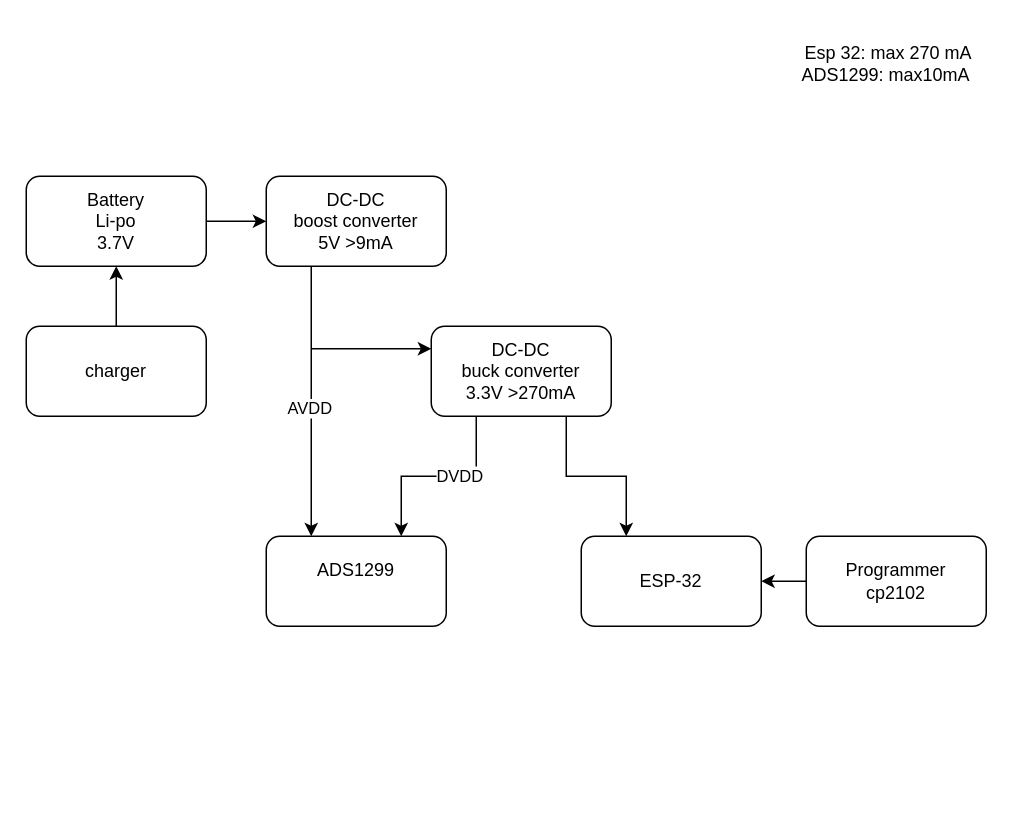
Before: Block_Diagram.drawio in Spiros7bit/BigBrain, a draw.io diagram. Source tidied: cells renumbered, new cells numbered last; positions are measured from the earlier drawing's top-left corner, leaving out a move shared by most shapes. Both pictures are drawn from the tidied source at 150%, with x=0, y=0 at pixel (26, 26).
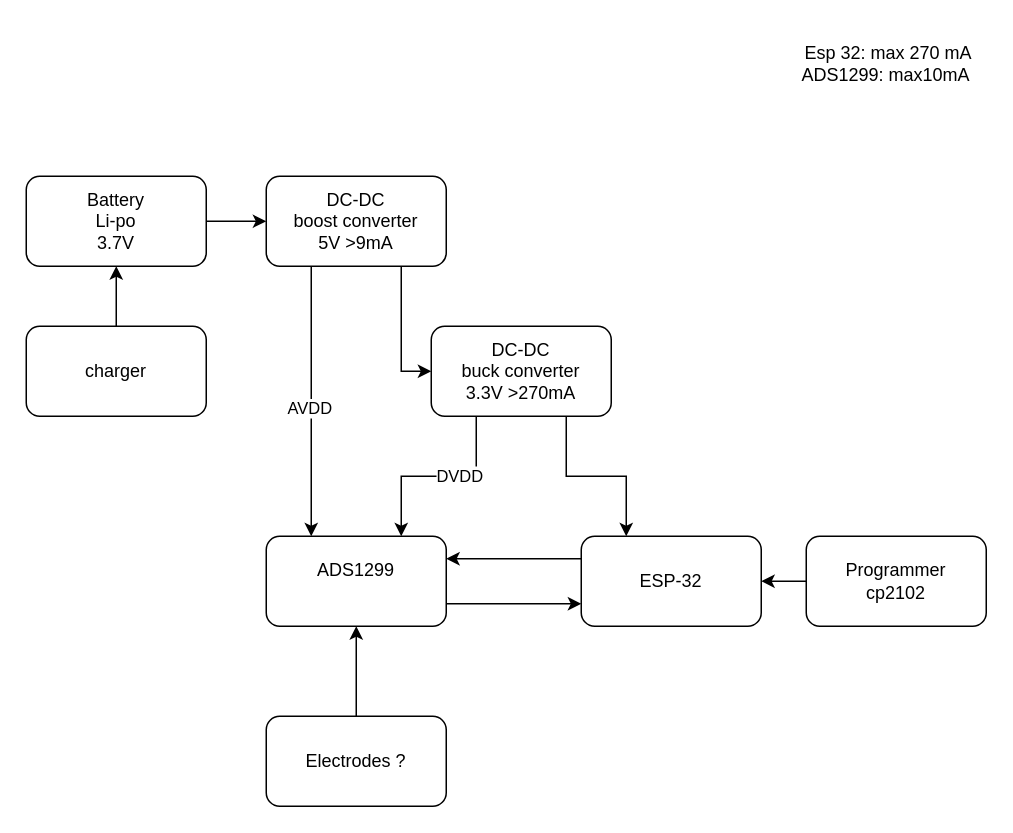
The same diagram, later.

Unchanged cells that the change refers to:
```xml
<mxCell id="6" value="DC-DC&lt;div&gt;boost converter&lt;/div&gt;&lt;div&gt;5V &amp;gt;9mA&lt;/div&gt;" style="rounded=1;whiteSpace=wrap;html=1;" parent="1" vertex="1">
  <mxGeometry x="160" y="100" width="120" height="60" as="geometry" />
</mxCell>
<mxCell id="10" value="DC-DC&lt;div&gt;buck converter&lt;/div&gt;&lt;div&gt;3.3V &amp;gt;270mA&lt;/div&gt;" style="rounded=1;whiteSpace=wrap;html=1;" parent="1" vertex="1">
  <mxGeometry x="270" y="200" width="120" height="60" as="geometry" />
</mxCell>
<mxCell id="11" value="ADS1299&lt;div&gt;&lt;br&gt;&lt;/div&gt;" style="rounded=1;whiteSpace=wrap;html=1;" parent="1" vertex="1">
  <mxGeometry x="160" y="340" width="120" height="60" as="geometry" />
</mxCell>
<mxCell id="13" value="ESP-32" style="rounded=1;whiteSpace=wrap;html=1;" parent="1" vertex="1">
  <mxGeometry x="370" y="340" width="120" height="60" as="geometry" />
</mxCell>
```

What changed in the source:
```diff
@@
+    <mxCell id="19" style="edgeStyle=orthogonalEdgeStyle;rounded=0;jettySize=auto;html=1;exitX=0.75;exitY=1;exitDx=0;exitDy=0;entryX=0;entryY=0.5;entryDx=0;entryDy=0;" parent="1" edge="1" source="6" target="10">
+      <mxGeometry relative="1" as="geometry" />
+    </mxCell>
@@
+    <mxCell id="20" style="edgeStyle=orthogonalEdgeStyle;rounded=0;jettySize=auto;html=1;exitX=1;exitY=0.75;exitDx=0;exitDy=0;entryX=0;entryY=0.75;entryDx=0;entryDy=0;" parent="1" edge="1" source="11" target="13">
+      <mxGeometry relative="1" as="geometry" />
+    </mxCell>
@@
-    <mxCell id="12" style="endArrow=classic;html=1;rounded=0;entryX=0;entryY=0.25;entryDx=0;entryDy=0;" parent="1" edge="1" target="10">
-      <mxGeometry relative="1" as="geometry">
-        <mxPoint x="190" y="215" as="sourcePoint" />
-      </mxGeometry>
-    </mxCell>
+    <mxCell id="21" style="edgeStyle=orthogonalEdgeStyle;rounded=0;jettySize=auto;html=1;exitX=0;exitY=0.25;exitDx=0;exitDy=0;entryX=1;entryY=0.25;entryDx=0;entryDy=0;" parent="1" edge="1" source="13" target="11">
+      <mxGeometry relative="1" as="geometry" />
+    </mxCell>
@@
+    <mxCell id="22" style="edgeStyle=orthogonalEdgeStyle;rounded=0;jettySize=auto;html=1;exitX=0.5;exitY=0;exitDx=0;exitDy=0;entryX=0.5;entryY=1;entryDx=0;entryDy=0;" parent="1" edge="1" source="23" target="11">
+      <mxGeometry relative="1" as="geometry" />
+    </mxCell>
+    <mxCell id="23" value="Electrodes ?" style="rounded=1;whiteSpace=wrap;html=1;" parent="1" vertex="1">
+      <mxGeometry x="160" y="460" width="120" height="60" as="geometry" />
+    </mxCell>
```
